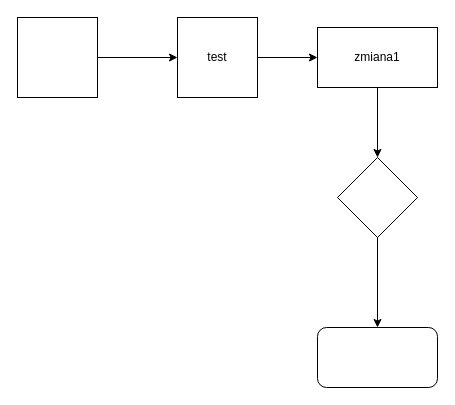
Before: test-diagram.drawio in bernardyn/inetum, a draw.io diagram. Source tidied: cells renumbered, new cells numbered last; positions are measured from the earlier drawing's top-left corner, leaving out a move shared by most shapes. Both pictures are drawn from the tidied source at 100%, with x=0, y=0 at pixel (17, 17).
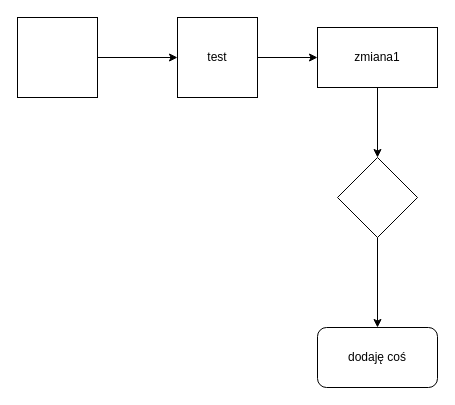
The same page after the edit.

Commit message:
dodaję coś

Diff of the diagram source:
```diff
@@
 <mxGraphModel>
   <root>
     <mxCell id="0" />
     <mxCell id="1" parent="0" />
     <mxCell id="2" style="edgeStyle=orthogonalEdgeStyle;rounded=0;jettySize=auto;html=1;" parent="1" edge="1" source="3" target="5">
       <mxGeometry relative="1" as="geometry" />
     </mxCell>
     <mxCell id="3" style="whiteSpace=wrap;html=1;" parent="1" vertex="1">
       <mxGeometry width="80" height="80" as="geometry" />
     </mxCell>
     <mxCell id="4" style="edgeStyle=orthogonalEdgeStyle;rounded=0;jettySize=auto;html=1;" parent="1" edge="1" source="5" target="7">
       <mxGeometry relative="1" as="geometry" />
     </mxCell>
     <mxCell id="5" value="test" style="whiteSpace=wrap;html=1;" parent="1" vertex="1">
       <mxGeometry x="160" width="80" height="80" as="geometry" />
     </mxCell>
     <mxCell id="6" style="edgeStyle=orthogonalEdgeStyle;rounded=0;jettySize=auto;html=1;" parent="1" edge="1" source="7" target="9">
       <mxGeometry relative="1" as="geometry" />
     </mxCell>
     <mxCell id="7" value="zmiana1" style="whiteSpace=wrap;html=1;" parent="1" vertex="1">
       <mxGeometry x="300" y="10" width="120" height="60" as="geometry" />
     </mxCell>
     <mxCell id="8" style="edgeStyle=orthogonalEdgeStyle;rounded=0;jettySize=auto;html=1;" parent="1" edge="1" source="9" target="10">
       <mxGeometry relative="1" as="geometry" />
     </mxCell>
     <mxCell id="9" style="rhombus;whiteSpace=wrap;html=1;" parent="1" vertex="1">
       <mxGeometry x="320" y="140" width="80" height="80" as="geometry" />
     </mxCell>
-    <mxCell id="10" style="rounded=1;whiteSpace=wrap;html=1;" parent="1" vertex="1">
+    <mxCell id="10" value="dodaję coś" style="rounded=1;whiteSpace=wrap;html=1;" parent="1" vertex="1">
       <mxGeometry x="300" y="310" width="120" height="60" as="geometry" />
     </mxCell>
   </root>
 </mxGraphModel>
```
